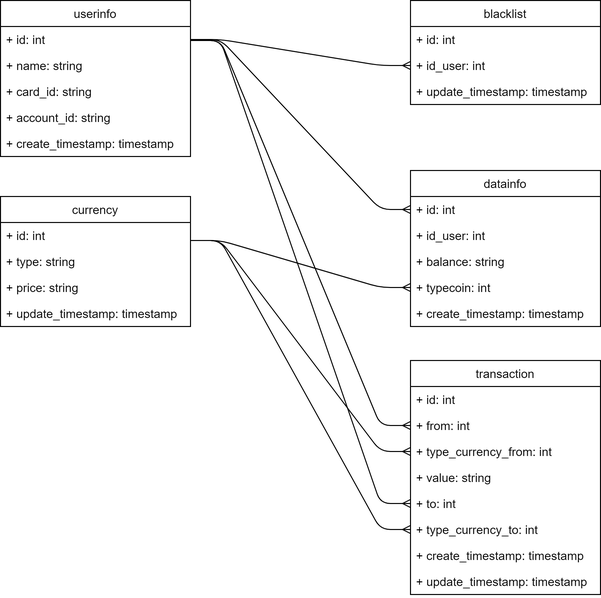
This is src/database.png from aofserver/wallet_test, a draw.io export, as it was before one commit. Source tidied: cells renumbered, new cells last; positions are measured from the earlier drawing's top-left corner, leaving out a move shared by most shapes.
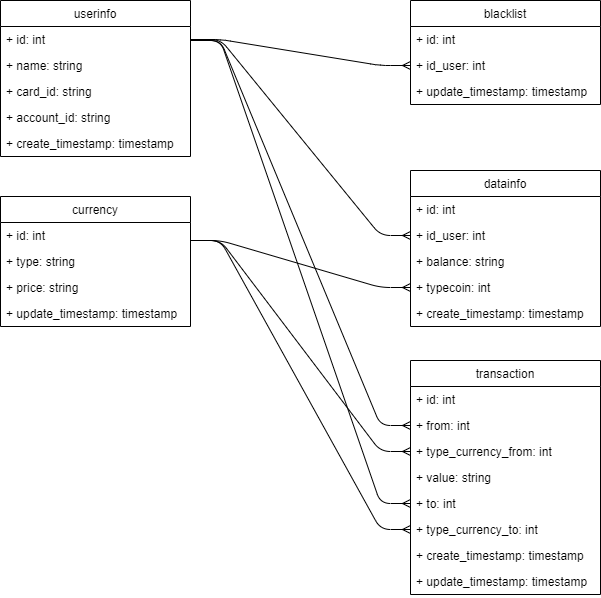
Later version of the same file.

The edit, as a diff of the source:
```diff
@@ -95,7 +95,7 @@
     <mxCell id="32" style="edgeStyle=entityRelationEdgeStyle;fontSize=12;html=1;endArrow=ERmany;exitX=1;exitY=0.5;exitDx=0;exitDy=0;entryX=0;entryY=0.5;entryDx=0;entryDy=0;" parent="1" edge="1" source="3" target="30">
       <mxGeometry relative="1" as="geometry" />
     </mxCell>
-    <mxCell id="33" style="edgeStyle=entityRelationEdgeStyle;fontSize=12;html=1;endArrow=ERmany;entryX=0;entryY=0.5;entryDx=0;entryDy=0;" parent="1" edge="1" source="3" target="9">
+    <mxCell id="33" style="edgeStyle=entityRelationEdgeStyle;fontSize=12;html=1;endArrow=ERmany;entryX=0;entryY=0.5;entryDx=0;entryDy=0;" parent="1" edge="1" source="3" target="10">
       <mxGeometry relative="1" as="geometry" />
     </mxCell>
     <mxCell id="34" style="edgeStyle=entityRelationEdgeStyle;fontSize=12;html=1;endArrow=ERmany;entryX=0;entryY=0.5;entryDx=0;entryDy=0;" parent="1" edge="1" target="12">
```
